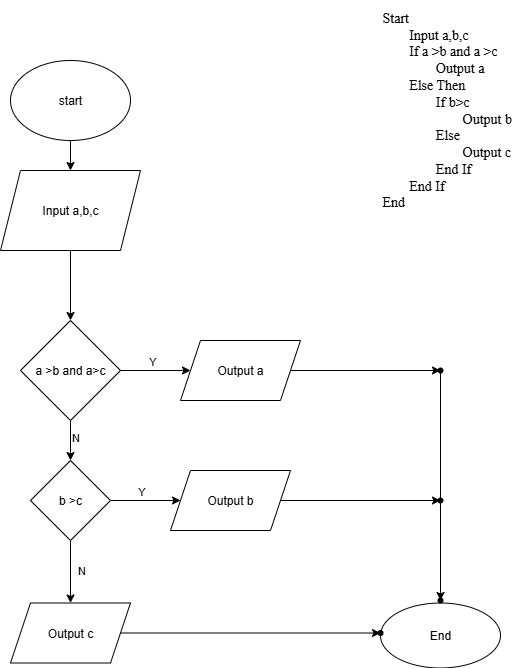
The draw.io diagram ss3_pseudo/bai3.png in DoanNhatLong/m1_c09, before a commit. Source tidied: cells renumbered, new cells last; positions are measured from the earlier drawing's top-left corner, leaving out a move shared by most shapes.
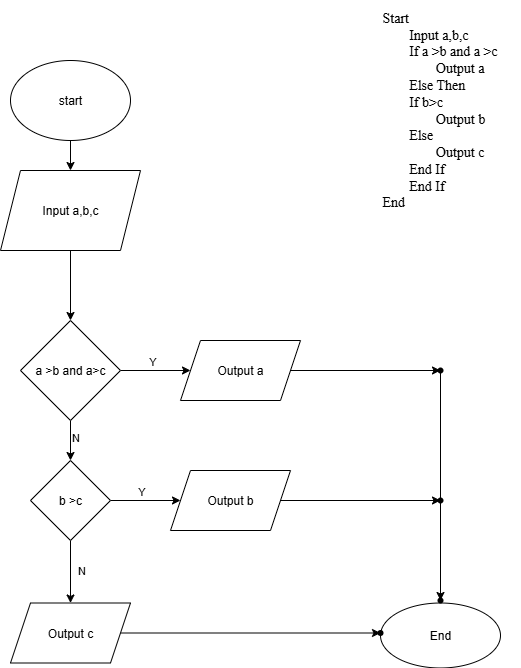
The same diagram one commit later.

Commit message:
Bai_tap_pseudo

The edit, as a diff of the source:
```diff
@@ -17,8 +17,8 @@
     <mxCell id="6" value="End" style="ellipse;whiteSpace=wrap;html=1;" parent="1" vertex="1">
       <mxGeometry x="380" y="602.5" width="120" height="65" as="geometry" />
     </mxCell>
-    <mxCell id="7" value="&lt;font style=&quot;font-size: 14px;&quot; face=&quot;Times New Roman&quot;&gt;Start&lt;br&gt;&lt;span style=&quot;white-space: pre;&quot;&gt;&#9;&lt;/span&gt;Input a,b,c&lt;/font&gt;&lt;div&gt;&lt;font face=&quot;Times New Roman&quot;&gt;&lt;span style=&quot;font-size: 14px;&quot;&gt;&lt;span style=&quot;white-space: pre;&quot;&gt;&#9;&lt;/span&gt;If a &amp;gt;b and a &amp;gt;c&amp;nbsp;&lt;/span&gt;&lt;/font&gt;&lt;/div&gt;&lt;div&gt;&lt;font face=&quot;Times New Roman&quot;&gt;&lt;span style=&quot;font-size: 14px;&quot;&gt;&lt;span style=&quot;white-space: pre;&quot;&gt;&#9;&lt;/span&gt;&lt;span style=&quot;white-space: pre;&quot;&gt;&#9;&lt;/span&gt;Output a&lt;br&gt;&lt;span style=&quot;white-space: pre;&quot;&gt;&#9;&lt;/span&gt;Else Then&lt;/span&gt;&lt;/font&gt;&lt;/div&gt;&lt;div&gt;&lt;font face=&quot;Times New Roman&quot;&gt;&lt;span style=&quot;font-size: 14px;&quot;&gt;&lt;span style=&quot;white-space: pre;&quot;&gt;&#9;&lt;/span&gt;&lt;span style=&quot;white-space: pre;&quot;&gt;&#9;&lt;/span&gt;If b&amp;gt;c&lt;/span&gt;&lt;/font&gt;&lt;/div&gt;&lt;div&gt;&lt;font face=&quot;Times New Roman&quot;&gt;&lt;span style=&quot;font-size: 14px;&quot;&gt;&lt;span style=&quot;white-space: pre;&quot;&gt;&#9;&lt;/span&gt;&lt;span style=&quot;white-space: pre;&quot;&gt;&#9;&lt;span style=&quot;white-space: pre;&quot;&gt;&#9;&lt;/span&gt;&lt;/span&gt;Output b&lt;br&gt;&lt;span style=&quot;white-space: pre;&quot;&gt;&#9;&lt;span style=&quot;white-space: pre;&quot;&gt;&#9;&lt;/span&gt;&lt;/span&gt;Else&amp;nbsp;&lt;/span&gt;&lt;/font&gt;&lt;/div&gt;&lt;div&gt;&lt;font face=&quot;Times New Roman&quot;&gt;&lt;span style=&quot;font-size: 14px;&quot;&gt;&lt;span style=&quot;white-space: pre;&quot;&gt;&#9;&lt;/span&gt;&lt;span style=&quot;white-space: pre;&quot;&gt;&#9;&lt;/span&gt;&lt;span style=&quot;white-space: pre;&quot;&gt;&#9;&lt;/span&gt;Output c&lt;/span&gt;&lt;/font&gt;&lt;/div&gt;&lt;div&gt;&lt;font face=&quot;Times New Roman&quot;&gt;&lt;span style=&quot;font-size: 14px;&quot;&gt;&lt;span style=&quot;white-space: pre;&quot;&gt;&#9;&lt;/span&gt;&lt;span style=&quot;white-space: pre;&quot;&gt;&#9;&lt;/span&gt;End If&lt;/span&gt;&lt;/font&gt;&lt;/div&gt;&lt;div&gt;&lt;font face=&quot;Times New Roman&quot;&gt;&lt;span style=&quot;font-size: 14px;&quot;&gt;&lt;span style=&quot;white-space: pre;&quot;&gt;&#9;&lt;/span&gt;End If&lt;br&gt;&lt;/span&gt;&lt;/font&gt;&lt;div&gt;&lt;font style=&quot;font-size: 14px;&quot; face=&quot;Times New Roman&quot;&gt;End&lt;/font&gt;&lt;/div&gt;&lt;div&gt;&lt;/div&gt;&lt;/div&gt;" style="text;html=1;align=left;verticalAlign=middle;strokeColor=none;fillColor=none;" parent="1" vertex="1">
-      <mxGeometry x="380" width="150" height="220" as="geometry" />
+    <mxCell id="7" value="&lt;font style=&quot;font-size: 14px;&quot; face=&quot;Times New Roman&quot;&gt;Start&lt;br&gt;&lt;span style=&quot;white-space: pre;&quot;&gt;&#9;&lt;/span&gt;Input a,b,c&lt;/font&gt;&lt;div&gt;&lt;font face=&quot;Times New Roman&quot;&gt;&lt;span style=&quot;font-size: 14px;&quot;&gt;&lt;span style=&quot;white-space: pre;&quot;&gt;&#9;&lt;/span&gt;If a &amp;gt;b and a &amp;gt;c&amp;nbsp;&lt;/span&gt;&lt;/font&gt;&lt;/div&gt;&lt;div&gt;&lt;font face=&quot;Times New Roman&quot;&gt;&lt;span style=&quot;font-size: 14px;&quot;&gt;&lt;span style=&quot;white-space: pre;&quot;&gt;&#9;&lt;/span&gt;&lt;span style=&quot;white-space: pre;&quot;&gt;&#9;&lt;/span&gt;Output a&lt;br&gt;&lt;span style=&quot;white-space: pre;&quot;&gt;&#9;&lt;/span&gt;Else Then&lt;/span&gt;&lt;/font&gt;&lt;/div&gt;&lt;div&gt;&lt;font face=&quot;Times New Roman&quot;&gt;&lt;span style=&quot;font-size: 14px;&quot;&gt;&lt;span style=&quot;white-space: pre;&quot;&gt;&#9;&lt;/span&gt;If b&amp;gt;c&lt;/span&gt;&lt;/font&gt;&lt;/div&gt;&lt;div&gt;&lt;font face=&quot;Times New Roman&quot;&gt;&lt;span style=&quot;font-size: 14px;&quot;&gt;&lt;span style=&quot;white-space: pre;&quot;&gt;&#9;&lt;/span&gt;&lt;span style=&quot;white-space: pre;&quot;&gt;&#9;&lt;/span&gt;Output b&lt;br&gt;&lt;span style=&quot;white-space: pre;&quot;&gt;&#9;&lt;/span&gt;Else&amp;nbsp;&lt;/span&gt;&lt;/font&gt;&lt;/div&gt;&lt;div&gt;&lt;font face=&quot;Times New Roman&quot;&gt;&lt;span style=&quot;font-size: 14px;&quot;&gt;&lt;span style=&quot;white-space: pre;&quot;&gt;&#9;&lt;/span&gt;&lt;span style=&quot;white-space: pre;&quot;&gt;&#9;&lt;/span&gt;Output c&lt;/span&gt;&lt;/font&gt;&lt;/div&gt;&lt;div&gt;&lt;font face=&quot;Times New Roman&quot;&gt;&lt;span style=&quot;font-size: 14px;&quot;&gt;&lt;span style=&quot;white-space: pre;&quot;&gt;&#9;&lt;/span&gt;End If&lt;/span&gt;&lt;/font&gt;&lt;/div&gt;&lt;div&gt;&lt;font face=&quot;Times New Roman&quot;&gt;&lt;span style=&quot;font-size: 14px;&quot;&gt;&lt;span style=&quot;white-space: pre;&quot;&gt;&#9;&lt;/span&gt;End If&lt;br&gt;&lt;/span&gt;&lt;/font&gt;&lt;div&gt;&lt;font style=&quot;font-size: 14px;&quot; face=&quot;Times New Roman&quot;&gt;End&lt;/font&gt;&lt;/div&gt;&lt;div&gt;&lt;/div&gt;&lt;/div&gt;" style="text;html=1;align=left;verticalAlign=middle;strokeColor=none;fillColor=none;" parent="1" vertex="1">
+      <mxGeometry x="380" width="140" height="220" as="geometry" />
     </mxCell>
     <mxCell id="8" style="edgeStyle=orthogonalEdgeStyle;rounded=0;jettySize=auto;html=1;" parent="1" edge="1" source="12" target="19">
       <mxGeometry relative="1" as="geometry" />
```
